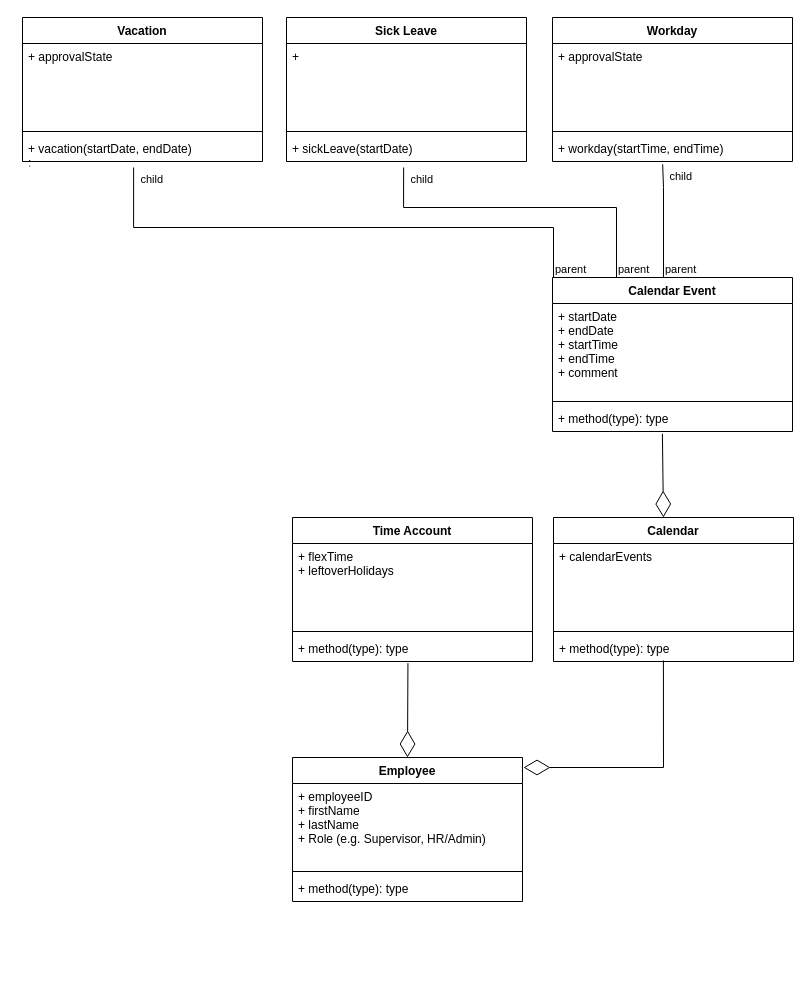
The draw.io diagram Documentation/Models/System Class Diagram.drawio in MY-CLE/Time-Management, before the edit. Source tidied: cells renumbered, new cells numbered last; positions are measured from the earlier drawing's top-left corner, leaving out a move shared by most shapes. Both pictures are drawn from the tidied source at 100%, with x=0, y=0 at pixel (22, 17).
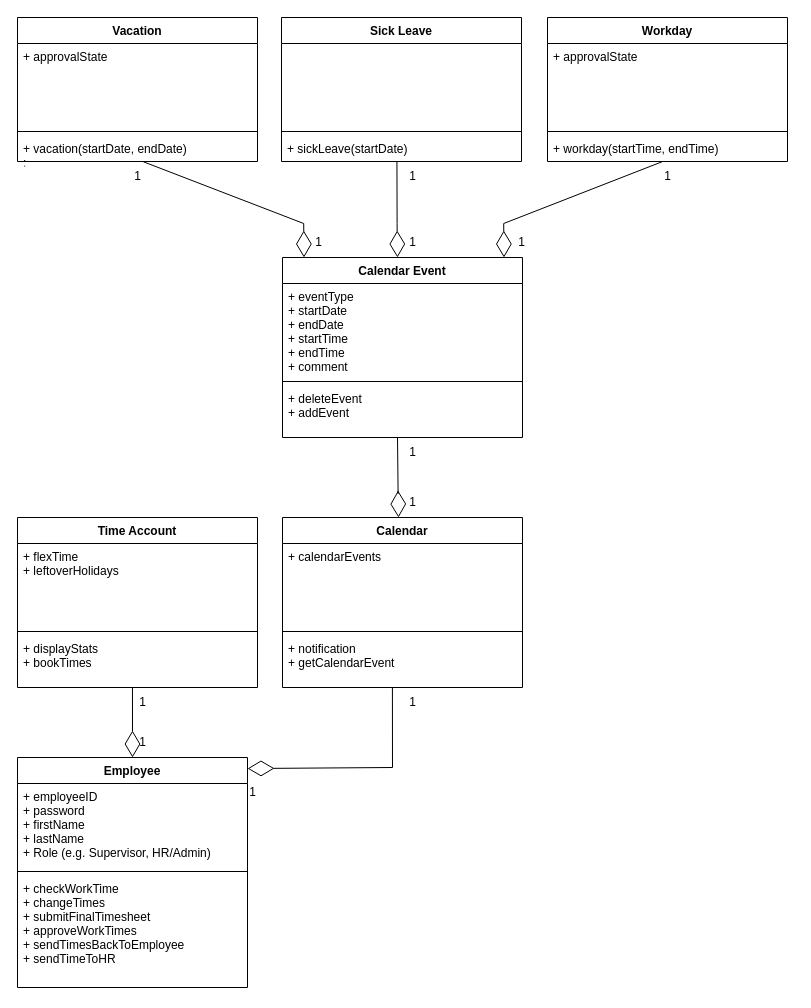
Above is the later version.

The change refers to these unchanged cells:
```xml
<mxCell id="26" value="+ vacation(startDate, endDate)&#10;: " style="text;strokeColor=none;fillColor=none;align=left;verticalAlign=top;spacingLeft=4;spacingRight=4;overflow=hidden;points=[[0,0.5],[1,0.5]];portConstraint=eastwest;" parent="23" vertex="1">
  <mxGeometry y="118" width="240" height="26" as="geometry" />
</mxCell>
<mxCell id="30" value="+ sickLeave(startDate)" style="text;strokeColor=none;fillColor=none;align=left;verticalAlign=top;spacingLeft=4;spacingRight=4;overflow=hidden;points=[[0,0.5],[1,0.5]];portConstraint=eastwest;" parent="27" vertex="1">
  <mxGeometry y="118" width="240" height="26" as="geometry" />
</mxCell>
<mxCell id="34" value="+ workday(startTime, endTime)" style="text;strokeColor=none;fillColor=none;align=left;verticalAlign=top;spacingLeft=4;spacingRight=4;overflow=hidden;points=[[0,0.5],[1,0.5]];portConstraint=eastwest;" parent="31" vertex="1">
  <mxGeometry y="118" width="240" height="26" as="geometry" />
</mxCell>
```

The edit, as a diff of the source:
```diff
@@
     <mxCell id="2" value="Employee&#10;" style="swimlane;fontStyle=1;align=center;verticalAlign=top;horizontal=1;startSize=26;" parent="1" vertex="1">
-      <mxGeometry x="270" y="740" width="230" height="144" as="geometry" />
+      <mxGeometry x="-5" y="740" width="230" height="230" as="geometry" />
     </mxCell>
-    <mxCell id="3" value="+ employeeID&#10;+ firstName&#10;+ lastName&#10;+ Role (e.g. Supervisor, HR/Admin)" style="text;strokeColor=none;fillColor=none;align=left;verticalAlign=top;spacingLeft=4;spacingRight=4;overflow=hidden;" parent="2" vertex="1">
+    <mxCell id="3" value="+ employeeID&#10;+ password&#10;+ firstName&#10;+ lastName&#10;+ Role (e.g. Supervisor, HR/Admin)" style="text;strokeColor=none;fillColor=none;align=left;verticalAlign=top;spacingLeft=4;spacingRight=4;overflow=hidden;" parent="2" vertex="1">
       <mxGeometry y="26" width="230" height="84" as="geometry" />
     </mxCell>
@@
-    <mxCell id="5" value="+ method(type): type" style="text;strokeColor=none;fillColor=none;align=left;verticalAlign=top;spacingLeft=4;spacingRight=4;overflow=hidden;" parent="2" vertex="1">
-      <mxGeometry y="118" width="230" height="26" as="geometry" />
+    <mxCell id="5" value="+ checkWorkTime&#10;+ changeTimes&#10;+ submitFinalTimesheet &#10;+ approveWorkTimes&#10;+ sendTimesBackToEmployee&#10;+ sendTimeToHR" style="text;strokeColor=none;fillColor=none;align=left;verticalAlign=top;spacingLeft=4;spacingRight=4;overflow=hidden;" parent="2" vertex="1">
+      <mxGeometry y="118" width="230" height="112" as="geometry" />
     </mxCell>
     <mxCell id="6" value="Time Account" style="swimlane;fontStyle=1;align=center;verticalAlign=top;horizontal=1;startSize=26;" parent="1" vertex="1">
-      <mxGeometry x="270" y="500" width="240" height="144" as="geometry" />
+      <mxGeometry x="-5" y="500" width="240" height="170" as="geometry" />
     </mxCell>
@@
-    <mxCell id="9" value="+ method(type): type" style="text;strokeColor=none;fillColor=none;align=left;verticalAlign=top;spacingLeft=4;spacingRight=4;overflow=hidden;points=[[0,0.5],[1,0.5]];portConstraint=eastwest;" parent="6" vertex="1">
-      <mxGeometry y="118" width="240" height="26" as="geometry" />
+    <mxCell id="9" value="+ displayStats&#10;+ bookTimes" style="text;strokeColor=none;fillColor=none;align=left;verticalAlign=top;spacingLeft=4;spacingRight=4;overflow=hidden;points=[[0,0.5],[1,0.5]];portConstraint=eastwest;" parent="6" vertex="1">
+      <mxGeometry y="118" width="240" height="52" as="geometry" />
     </mxCell>
-    <mxCell id="10" style="endArrow=diamondThin;endFill=0;endSize=24;html=1;rounded=0;entryX=0.5;entryY=0;entryDx=0;entryDy=0;exitX=0.481;exitY=1.062;exitDx=0;exitDy=0;exitPerimeter=0;" parent="1" edge="1" source="9" target="2">
+    <mxCell id="10" style="endArrow=diamondThin;endFill=0;endSize=24;html=1;rounded=0;entryX=0.5;entryY=0;entryDx=0;entryDy=0;exitX=0.479;exitY=0.998;exitDx=0;exitDy=0;exitPerimeter=0;" parent="1" edge="1" source="9" target="2">
       <mxGeometry relative="1" as="geometry" />
     </mxCell>
-    <mxCell id="11" style="endArrow=diamondThin;endFill=0;endSize=24;html=1;rounded=0;exitX=0.458;exitY=0.962;exitDx=0;exitDy=0;exitPerimeter=0;" parent="1" edge="1" source="22">
+    <mxCell id="11" style="endArrow=diamondThin;endFill=0;endSize=24;html=1;rounded=0;exitX=0.458;exitY=0.998;exitDx=0;exitDy=0;exitPerimeter=0;entryX=1;entryY=0.048;entryDx=0;entryDy=0;entryPerimeter=0;" parent="1" edge="1" source="22" target="2">
       <mxGeometry relative="1" as="geometry">
-        <mxPoint x="501" y="750" as="targetPoint" />
         <Array as="points">
-          <mxPoint x="641" y="750" />
+          <mxPoint x="370" y="750" />
         </Array>
       </mxGeometry>
     </mxCell>
     <mxCell id="12" value="Calendar Event" style="swimlane;fontStyle=1;align=center;verticalAlign=top;horizontal=1;startSize=26;" parent="1" vertex="1">
-      <mxGeometry x="530" y="260" width="240" height="154" as="geometry" />
+      <mxGeometry x="260" y="240" width="240" height="180" as="geometry" />
     </mxCell>
-    <mxCell id="13" style="endArrow=none;html=1;edgeStyle=orthogonalEdgeStyle;rounded=0;exitX=1;exitY=0.5;exitDx=0;exitDy=0;entryX=0.459;entryY=1.109;entryDx=0;entryDy=0;entryPerimeter=0;" parent="12" edge="1" target="34">
-      <mxGeometry relative="1" as="geometry">
-        <mxPoint x="111" as="sourcePoint" />
-        <Array as="points">
-          <mxPoint x="111" y="-90" />
-          <mxPoint x="110" y="-90" />
-        </Array>
-      </mxGeometry>
-    </mxCell>
-    <mxCell id="14" value="parent" style="edgeLabel;html=1;align=left;verticalAlign=bottom;" parent="13" vertex="1">
-      <mxGeometry x="-1" relative="1" as="geometry" />
-    </mxCell>
-    <mxCell id="15" value="child" style="edgeLabel;html=1;align=right;verticalAlign=bottom;" parent="13" vertex="1">
-      <mxGeometry x="1" relative="1" as="geometry">
-        <mxPoint x="30" y="20" as="offset" />
-      </mxGeometry>
-    </mxCell>
-    <mxCell id="16" value="+ startDate&#10;+ endDate&#10;+ startTime&#10;+ endTime&#10;+ comment" style="text;strokeColor=none;fillColor=none;align=left;verticalAlign=top;spacingLeft=4;spacingRight=4;overflow=hidden;" parent="12" vertex="1">
+    <mxCell id="16" value="+ eventType&#10;+ startDate&#10;+ endDate&#10;+ startTime&#10;+ endTime&#10;+ comment" style="text;strokeColor=none;fillColor=none;align=left;verticalAlign=top;spacingLeft=4;spacingRight=4;overflow=hidden;" parent="12" vertex="1">
       <mxGeometry y="26" width="240" height="94" as="geometry" />
     </mxCell>
@@
-    <mxCell id="18" value="+ method(type): type" style="text;strokeColor=none;fillColor=none;align=left;verticalAlign=top;spacingLeft=4;spacingRight=4;overflow=hidden;points=[[0,0.5],[1,0.5]];portConstraint=eastwest;" parent="12" vertex="1">
-      <mxGeometry y="128" width="240" height="26" as="geometry" />
+    <mxCell id="18" value="+ deleteEvent&#10;+ addEvent" style="text;strokeColor=none;fillColor=none;align=left;verticalAlign=top;spacingLeft=4;spacingRight=4;overflow=hidden;points=[[0,0.5],[1,0.5]];portConstraint=eastwest;" parent="12" vertex="1">
+      <mxGeometry y="128" width="240" height="52" as="geometry" />
     </mxCell>
     <mxCell id="19" value="Calendar" style="swimlane;fontStyle=1;align=center;verticalAlign=top;horizontal=1;startSize=26;" parent="1" vertex="1">
-      <mxGeometry x="531" y="500" width="240" height="144" as="geometry" />
+      <mxGeometry x="260" y="500" width="240" height="170" as="geometry" />
     </mxCell>
@@
-    <mxCell id="22" value="+ method(type): type" style="text;strokeColor=none;fillColor=none;align=left;verticalAlign=top;spacingLeft=4;spacingRight=4;overflow=hidden;points=[[0,0.5],[1,0.5]];portConstraint=eastwest;" parent="19" vertex="1">
-      <mxGeometry y="118" width="240" height="26" as="geometry" />
+    <mxCell id="22" value="+ notification&#10;+ getCalendarEvent" style="text;strokeColor=none;fillColor=none;align=left;verticalAlign=top;spacingLeft=4;spacingRight=4;overflow=hidden;points=[[0,0.5],[1,0.5]];portConstraint=eastwest;" parent="19" vertex="1">
+      <mxGeometry y="118" width="240" height="52" as="geometry" />
     </mxCell>
     <mxCell id="23" value="Vacation" style="swimlane;fontStyle=1;align=center;verticalAlign=top;horizontal=1;startSize=26;" parent="1" vertex="1">
-      <mxGeometry width="240" height="144" as="geometry" />
+      <mxGeometry x="-5" width="240" height="144" as="geometry" />
     </mxCell>
@@
     <mxCell id="27" value="Sick Leave" style="swimlane;fontStyle=1;align=center;verticalAlign=top;horizontal=1;startSize=26;" parent="1" vertex="1">
-      <mxGeometry x="264" width="240" height="144" as="geometry" />
+      <mxGeometry x="259" width="240" height="144" as="geometry" />
     </mxCell>
-    <mxCell id="28" value="+ " style="text;strokeColor=none;fillColor=none;align=left;verticalAlign=top;spacingLeft=4;spacingRight=4;overflow=hidden;" parent="27" vertex="1">
+    <mxCell id="28" value=" " style="text;strokeColor=none;fillColor=none;align=left;verticalAlign=top;spacingLeft=4;spacingRight=4;overflow=hidden;" parent="27" vertex="1">
       <mxGeometry y="26" width="240" height="84" as="geometry" />
     </mxCell>
@@
     <mxCell id="31" value="Workday" style="swimlane;fontStyle=1;align=center;verticalAlign=top;horizontal=1;startSize=26;" parent="1" vertex="1">
-      <mxGeometry x="530" width="240" height="144" as="geometry" />
+      <mxGeometry x="525" width="240" height="144" as="geometry" />
     </mxCell>
@@
-    <mxCell id="35" style="endArrow=diamondThin;endFill=0;endSize=24;html=1;rounded=0;entryX=0.458;entryY=0;entryDx=0;entryDy=0;entryPerimeter=0;exitX=0.458;exitY=1.089;exitDx=0;exitDy=0;exitPerimeter=0;" parent="1" edge="1" source="18" target="19">
-      <mxGeometry relative="1" as="geometry" />
-    </mxCell>
-    <mxCell id="36" style="endArrow=none;html=1;edgeStyle=orthogonalEdgeStyle;rounded=0;exitX=1;exitY=0.5;exitDx=0;exitDy=0;entryX=0.463;entryY=1.231;entryDx=0;entryDy=0;entryPerimeter=0;" parent="1" edge="1" target="26">
-      <mxGeometry relative="1" as="geometry">
-        <mxPoint x="531" y="260" as="sourcePoint" />
-        <Array as="points">
-          <mxPoint x="531" y="210" />
-          <mxPoint x="111" y="210" />
-        </Array>
-      </mxGeometry>
-    </mxCell>
-    <mxCell id="37" value="parent" style="edgeLabel;html=1;align=left;verticalAlign=bottom;" parent="36" vertex="1">
-      <mxGeometry x="-1" relative="1" as="geometry" />
-    </mxCell>
-    <mxCell id="38" value="child" style="edgeLabel;html=1;align=right;verticalAlign=bottom;" parent="36" vertex="1">
-      <mxGeometry x="1" relative="1" as="geometry">
-        <mxPoint x="30" y="20" as="offset" />
-      </mxGeometry>
-    </mxCell>
-    <mxCell id="39" style="endArrow=none;html=1;edgeStyle=orthogonalEdgeStyle;rounded=0;exitX=1;exitY=0.5;exitDx=0;exitDy=0;entryX=0.488;entryY=1.231;entryDx=0;entryDy=0;entryPerimeter=0;" parent="1" edge="1" target="30">
-      <mxGeometry relative="1" as="geometry">
-        <mxPoint x="594" y="260" as="sourcePoint" />
-        <Array as="points">
-          <mxPoint x="594" y="190" />
-          <mxPoint x="381" y="190" />
-        </Array>
-      </mxGeometry>
-    </mxCell>
-    <mxCell id="40" value="parent" style="edgeLabel;html=1;align=left;verticalAlign=bottom;" parent="39" vertex="1">
-      <mxGeometry x="-1" relative="1" as="geometry" />
-    </mxCell>
-    <mxCell id="41" value="child" style="edgeLabel;html=1;align=right;verticalAlign=bottom;" parent="39" vertex="1">
-      <mxGeometry x="1" relative="1" as="geometry">
-        <mxPoint x="30" y="20" as="offset" />
-      </mxGeometry>
-    </mxCell>
+    <mxCell id="42" value="1" style="text;html=1;align=center;verticalAlign=middle;strokeColor=none;fillColor=none;" parent="1" vertex="1">
+      <mxGeometry x="215" y="760" width="30" height="30" as="geometry" />
+    </mxCell>
+    <mxCell id="43" value="1" style="text;html=1;align=center;verticalAlign=middle;strokeColor=none;fillColor=none;" parent="1" vertex="1">
+      <mxGeometry x="375" y="670" width="30" height="30" as="geometry" />
+    </mxCell>
+    <mxCell id="44" value="1" style="text;html=1;align=center;verticalAlign=middle;strokeColor=none;fillColor=none;" parent="1" vertex="1">
+      <mxGeometry x="105" y="710" width="30" height="30" as="geometry" />
+    </mxCell>
+    <mxCell id="45" value="1" style="text;html=1;align=center;verticalAlign=middle;strokeColor=none;fillColor=none;" parent="1" vertex="1">
+      <mxGeometry x="105" y="670" width="30" height="30" as="geometry" />
+    </mxCell>
+    <mxCell id="46" value="1" style="text;html=1;align=center;verticalAlign=middle;strokeColor=none;fillColor=none;" parent="1" vertex="1">
+      <mxGeometry x="375" y="420" width="30" height="30" as="geometry" />
+    </mxCell>
+    <mxCell id="47" style="endArrow=diamondThin;endFill=0;endSize=24;html=1;rounded=0;exitX=0.5;exitY=1;exitDx=0;exitDy=0;" parent="1" edge="1">
+      <mxGeometry relative="1" as="geometry">
+        <mxPoint x="375" y="420" as="sourcePoint" />
+        <mxPoint x="376" y="500" as="targetPoint" />
+        <Array as="points">
+          <mxPoint x="375.6" y="476" />
+        </Array>
+      </mxGeometry>
+    </mxCell>
+    <mxCell id="48" style="endArrow=diamondThin;endFill=0;endSize=24;html=1;rounded=0;exitX=0.481;exitY=1.003;exitDx=0;exitDy=0;entryX=0.479;entryY=0;entryDx=0;entryDy=0;entryPerimeter=0;exitPerimeter=0;" parent="1" edge="1" source="30" target="12">
+      <mxGeometry relative="1" as="geometry">
+        <Array as="points">
+          <mxPoint x="374.6" y="206" />
+        </Array>
+      </mxGeometry>
+    </mxCell>
+    <mxCell id="49" value="1" style="text;html=1;align=center;verticalAlign=middle;strokeColor=none;fillColor=none;" parent="1" vertex="1">
+      <mxGeometry x="375" y="470" width="30" height="30" as="geometry" />
+    </mxCell>
+    <mxCell id="50" style="endArrow=diamondThin;endFill=0;endSize=24;html=1;rounded=0;exitX=0.479;exitY=1.004;exitDx=0;exitDy=0;entryX=0.479;entryY=0;entryDx=0;entryDy=0;entryPerimeter=0;exitPerimeter=0;" parent="1" edge="1" source="34">
+      <mxGeometry relative="1" as="geometry">
+        <mxPoint x="481.5" y="240" as="targetPoint" />
+        <Array as="points">
+          <mxPoint x="481.2" y="206" />
+        </Array>
+      </mxGeometry>
+    </mxCell>
+    <mxCell id="51" value="1" style="text;html=1;align=center;verticalAlign=middle;strokeColor=none;fillColor=none;" parent="1" vertex="1">
+      <mxGeometry x="375" y="210" width="30" height="30" as="geometry" />
+    </mxCell>
+    <mxCell id="52" value="1" style="text;html=1;align=center;verticalAlign=middle;strokeColor=none;fillColor=none;" parent="1" vertex="1">
+      <mxGeometry x="375" y="144" width="30" height="30" as="geometry" />
+    </mxCell>
+    <mxCell id="53" value="1" style="text;html=1;align=center;verticalAlign=middle;strokeColor=none;fillColor=none;" parent="1" vertex="1">
+      <mxGeometry x="484" y="210" width="30" height="30" as="geometry" />
+    </mxCell>
+    <mxCell id="54" value="1" style="text;html=1;align=center;verticalAlign=middle;strokeColor=none;fillColor=none;" parent="1" vertex="1">
+      <mxGeometry x="630" y="144" width="30" height="30" as="geometry" />
+    </mxCell>
+    <mxCell id="55" style="endArrow=diamondThin;endFill=0;endSize=24;html=1;rounded=0;entryX=0.479;entryY=0;entryDx=0;entryDy=0;entryPerimeter=0;exitX=0.524;exitY=1.009;exitDx=0;exitDy=0;exitPerimeter=0;" parent="1" edge="1" source="26">
+      <mxGeometry relative="1" as="geometry">
+        <mxPoint x="281.5" y="240" as="targetPoint" />
+        <Array as="points">
+          <mxPoint x="281.2" y="206" />
+        </Array>
+      </mxGeometry>
+    </mxCell>
+    <mxCell id="56" value="1" style="text;html=1;align=center;verticalAlign=middle;strokeColor=none;fillColor=none;" parent="1" vertex="1">
+      <mxGeometry x="281" y="210" width="30" height="30" as="geometry" />
+    </mxCell>
+    <mxCell id="57" value="1" style="text;html=1;align=center;verticalAlign=middle;strokeColor=none;fillColor=none;" parent="1" vertex="1">
+      <mxGeometry x="100" y="144" width="30" height="30" as="geometry" />
+    </mxCell>
```
